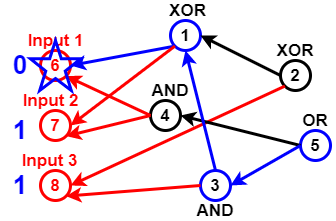
Earlier version of the draw.io export Untitled Diagram.png (sara1024/-CCF201412-2-Z-). Source tidied: cells renumbered, new cells last; positions are measured from the earlier drawing's top-left corner, leaving out a move shared by most shapes.
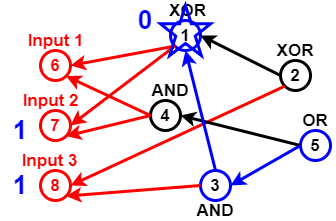
The same file after the commit.

What changed in the source:
```diff
@@ -14,7 +14,7 @@
     <mxCell id="5" value="1" style="ellipse;whiteSpace=wrap;html=1;strokeWidth=3;fillColor=none;fontSize=17;fontColor=#000000;fontStyle=1;strokeColor=#0000FF;" parent="1" vertex="1">
       <mxGeometry x="170" y="20" width="30" height="30" as="geometry" />
     </mxCell>
-    <mxCell id="6" style="endArrow=classic;html=1;fontSize=17;fontColor=#000000;strokeWidth=3;entryX=1;entryY=0.5;entryDx=0;entryDy=0;exitX=0;exitY=1;exitDx=0;exitDy=0;strokeColor=#0000FF;" parent="1" edge="1" source="5" target="2">
+    <mxCell id="6" style="endArrow=classic;html=1;fontSize=17;fontColor=#000000;strokeWidth=3;entryX=1;entryY=0.5;entryDx=0;entryDy=0;exitX=0;exitY=1;exitDx=0;exitDy=0;strokeColor=#FF0000;" parent="1" edge="1" source="5" target="2">
       <mxGeometry relative="1" as="geometry" />
     </mxCell>
     <mxCell id="7" style="endArrow=classic;html=1;strokeWidth=3;fontSize=17;fontColor=#000000;entryX=1;entryY=0.5;entryDx=0;entryDy=0;exitX=0;exitY=1;exitDx=0;exitDy=0;strokeColor=#FF0000;" parent="1" edge="1" source="5" target="3">
@@ -81,7 +81,7 @@
       <mxGeometry x="17.5" y="150" width="62.5" height="20" as="geometry" />
     </mxCell>
     <mxCell id="28" value="0" style="text;html=1;strokeColor=none;fillColor=none;align=center;verticalAlign=middle;whiteSpace=wrap;rounded=0;fontSize=26;fontStyle=1;fontColor=#0000FF;" parent="1" vertex="1">
-      <mxGeometry y="55" width="40" height="20" as="geometry" />
+      <mxGeometry x="125" y="10" width="40" height="20" as="geometry" />
     </mxCell>
     <mxCell id="29" value="1" style="text;html=1;strokeColor=none;fillColor=none;align=center;verticalAlign=middle;whiteSpace=wrap;rounded=0;fontSize=26;fontStyle=1;fontColor=#0000FF;" parent="1" vertex="1">
       <mxGeometry y="120" width="40" height="20" as="geometry" />
@@ -90,7 +90,7 @@
       <mxGeometry y="175" width="40" height="20" as="geometry" />
     </mxCell>
     <mxCell id="31" style="verticalLabelPosition=bottom;verticalAlign=top;html=1;shape=mxgraph.basic.star;strokeWidth=3;fillColor=none;gradientColor=none;fontSize=26;fontColor=#0000CC;strokeColor=#0000FF;" parent="1" vertex="1">
-      <mxGeometry x="30" y="40" width="50" height="50" as="geometry" />
+      <mxGeometry x="160" y="5" width="50" height="50" as="geometry" />
     </mxCell>
   </root>
 </mxGraphModel>
```
